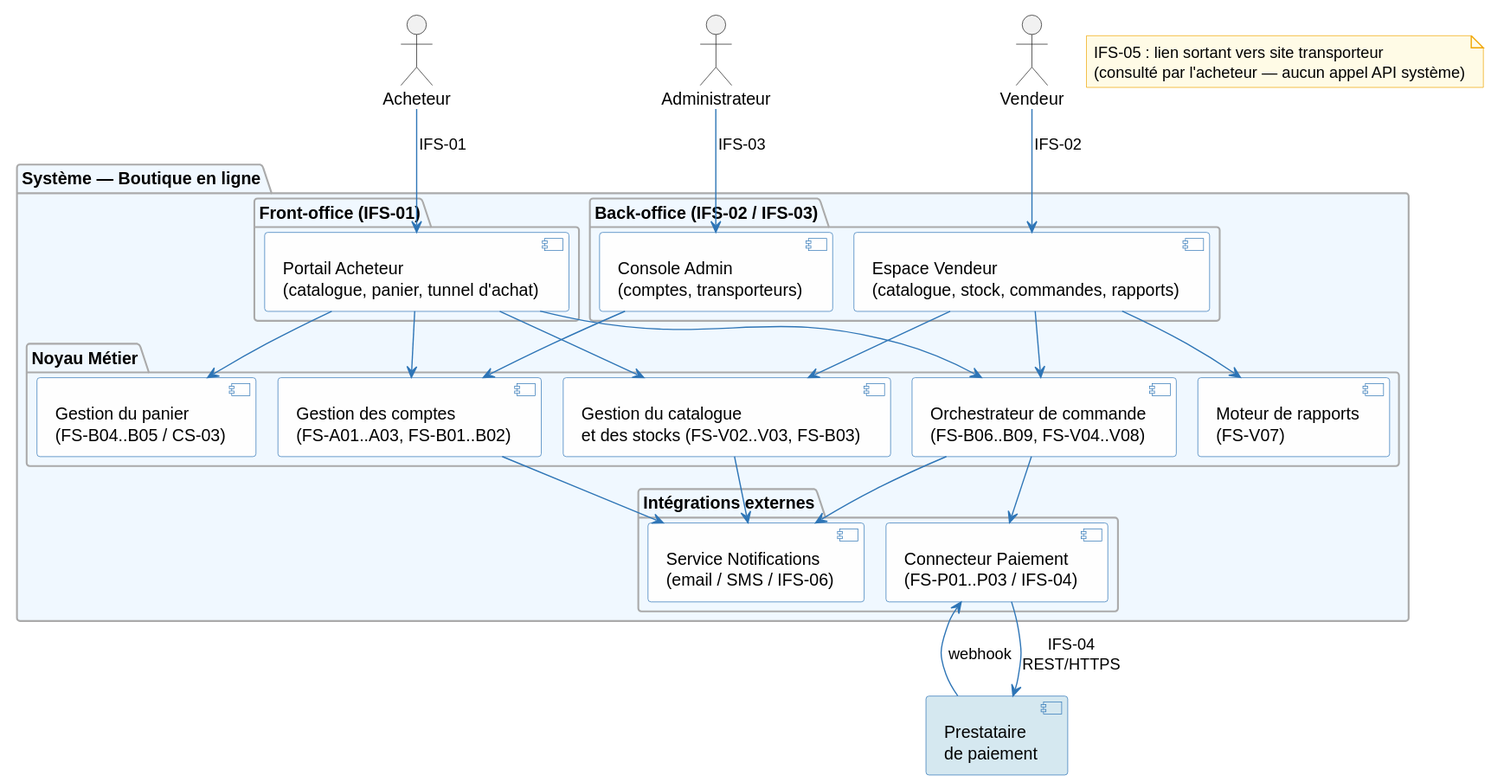
This is architecture/02-system-analysis/diagrams/sa-components.svg from louistalvande/online_shop, a PlantUML export, as it was before one commit.
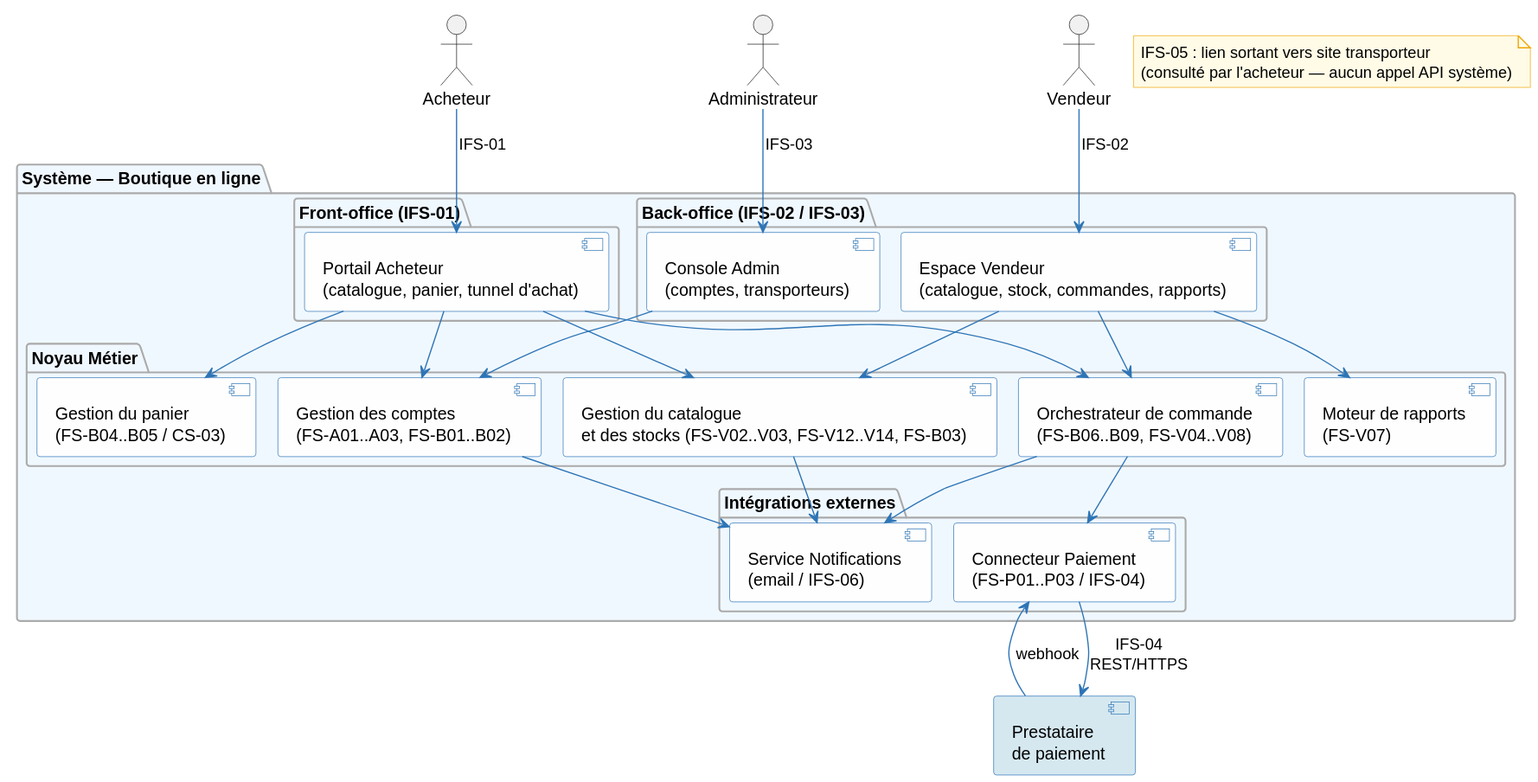
After the commit.

What changed in the source:
```diff
@@ -26,7 +26,7 @@
 
   package "Noyau Métier" {
     [Gestion des comptes\n(FS-A01..A03, FS-B01..B02)] as AccountSvc
-    [Gestion du catalogue\net des stocks (FS-V02..V03, FS-B03)] as CatalogSvc
+    [Gestion du catalogue\net des stocks (FS-V02..V03, FS-V12..V14, FS-B03)] as CatalogSvc
     [Gestion du panier\n(FS-B04..B05 / CS-03)] as CartSvc
     [Orchestrateur de commande\n(FS-B06..B09, FS-V04..V08)] as OrderSvc
     [Moteur de rapports\n(FS-V07)] as ReportSvc
@@ -34,7 +34,7 @@
 
   package "Intégrations externes" {
     [Connecteur Paiement\n(FS-P01..P03 / IFS-04)] as PaySvc
-    [Service Notifications\n(email / SMS / IFS-06)] as NotifSvc
+    [Service Notifications\n(email / IFS-06)] as NotifSvc
   }
 
 }
```
